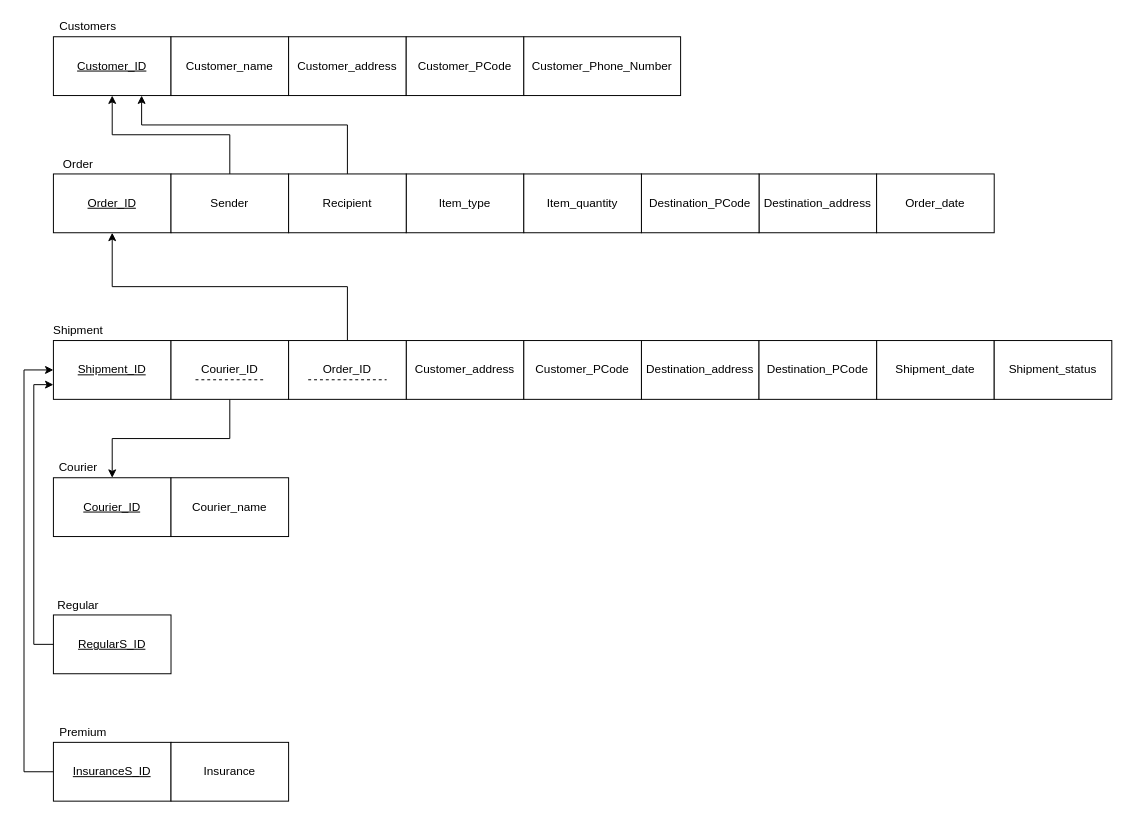
Before: page "Relational Table" (2 of 3) of ERD/ERD_RT_Norm.drawio in jeki-z/dripship, a draw.io diagram. Source tidied: cells renumbered, new cells numbered last; positions are measured from the earlier drawing's top-left corner, leaving out a move shared by most shapes. Both pictures are drawn from the tidied source at 98%, with x=0, y=0 at pixel (24, 17).
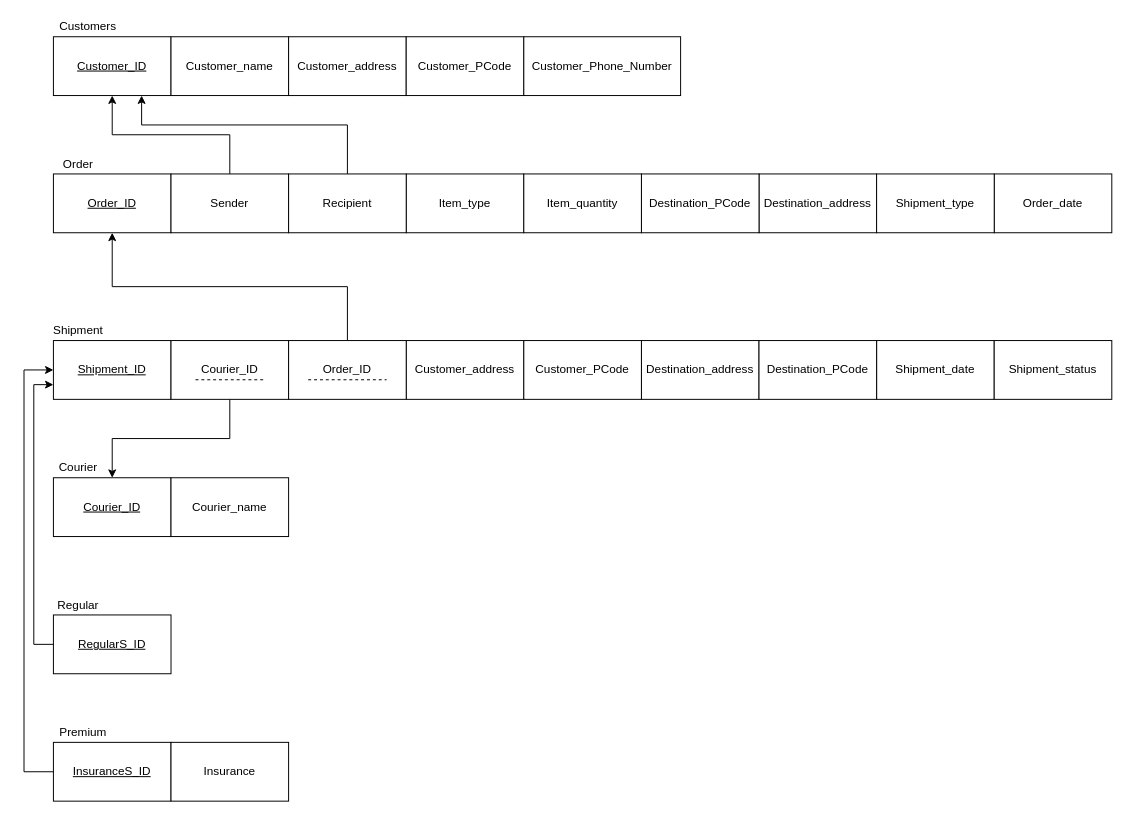
Above is the later version.

The edit, as a diff of the source:
```diff
@@
     <mxCell id="14" value="Order_date" style="rounded=0;whiteSpace=wrap;html=1;" parent="1" vertex="1">
-      <mxGeometry x="870" y="160" width="120" height="60" as="geometry" />
+      <mxGeometry x="990" y="160" width="120" height="60" as="geometry" />
     </mxCell>
@@
+    <mxCell id="43" value="Shipment_type" style="rounded=0;whiteSpace=wrap;html=1;" parent="1" vertex="1">
+      <mxGeometry x="870" y="160" width="120" height="60" as="geometry" />
+    </mxCell>
```
